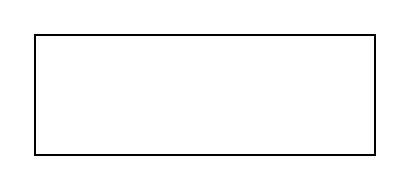
ramteked/git-demo keeps this draw.io diagram as Untitled Diagram.drawio. Above is the earlier version. Source tidied: cells renumbered, new cells numbered last; positions are measured from the earlier drawing's top-left corner, leaving out a move shared by most shapes. Both pictures are drawn from the tidied source at 200%, with x=0, y=0 at pixel (34, 34).
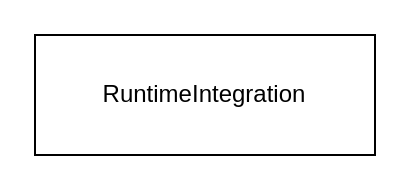
The same diagram, later.

Diff of the diagram source:
```diff
@@
 <mxGraphModel>
   <root>
     <mxCell id="0" />
     <mxCell id="1" parent="0" />
-    <mxCell id="2" style="rounded=0;whiteSpace=wrap;html=1;" parent="1" vertex="1">
+    <mxCell id="2" value="RuntimeIntegration" style="rounded=0;whiteSpace=wrap;html=1;" parent="1" vertex="1">
       <mxGeometry width="170" height="60" as="geometry" />
     </mxCell>
   </root>
 </mxGraphModel>
```
